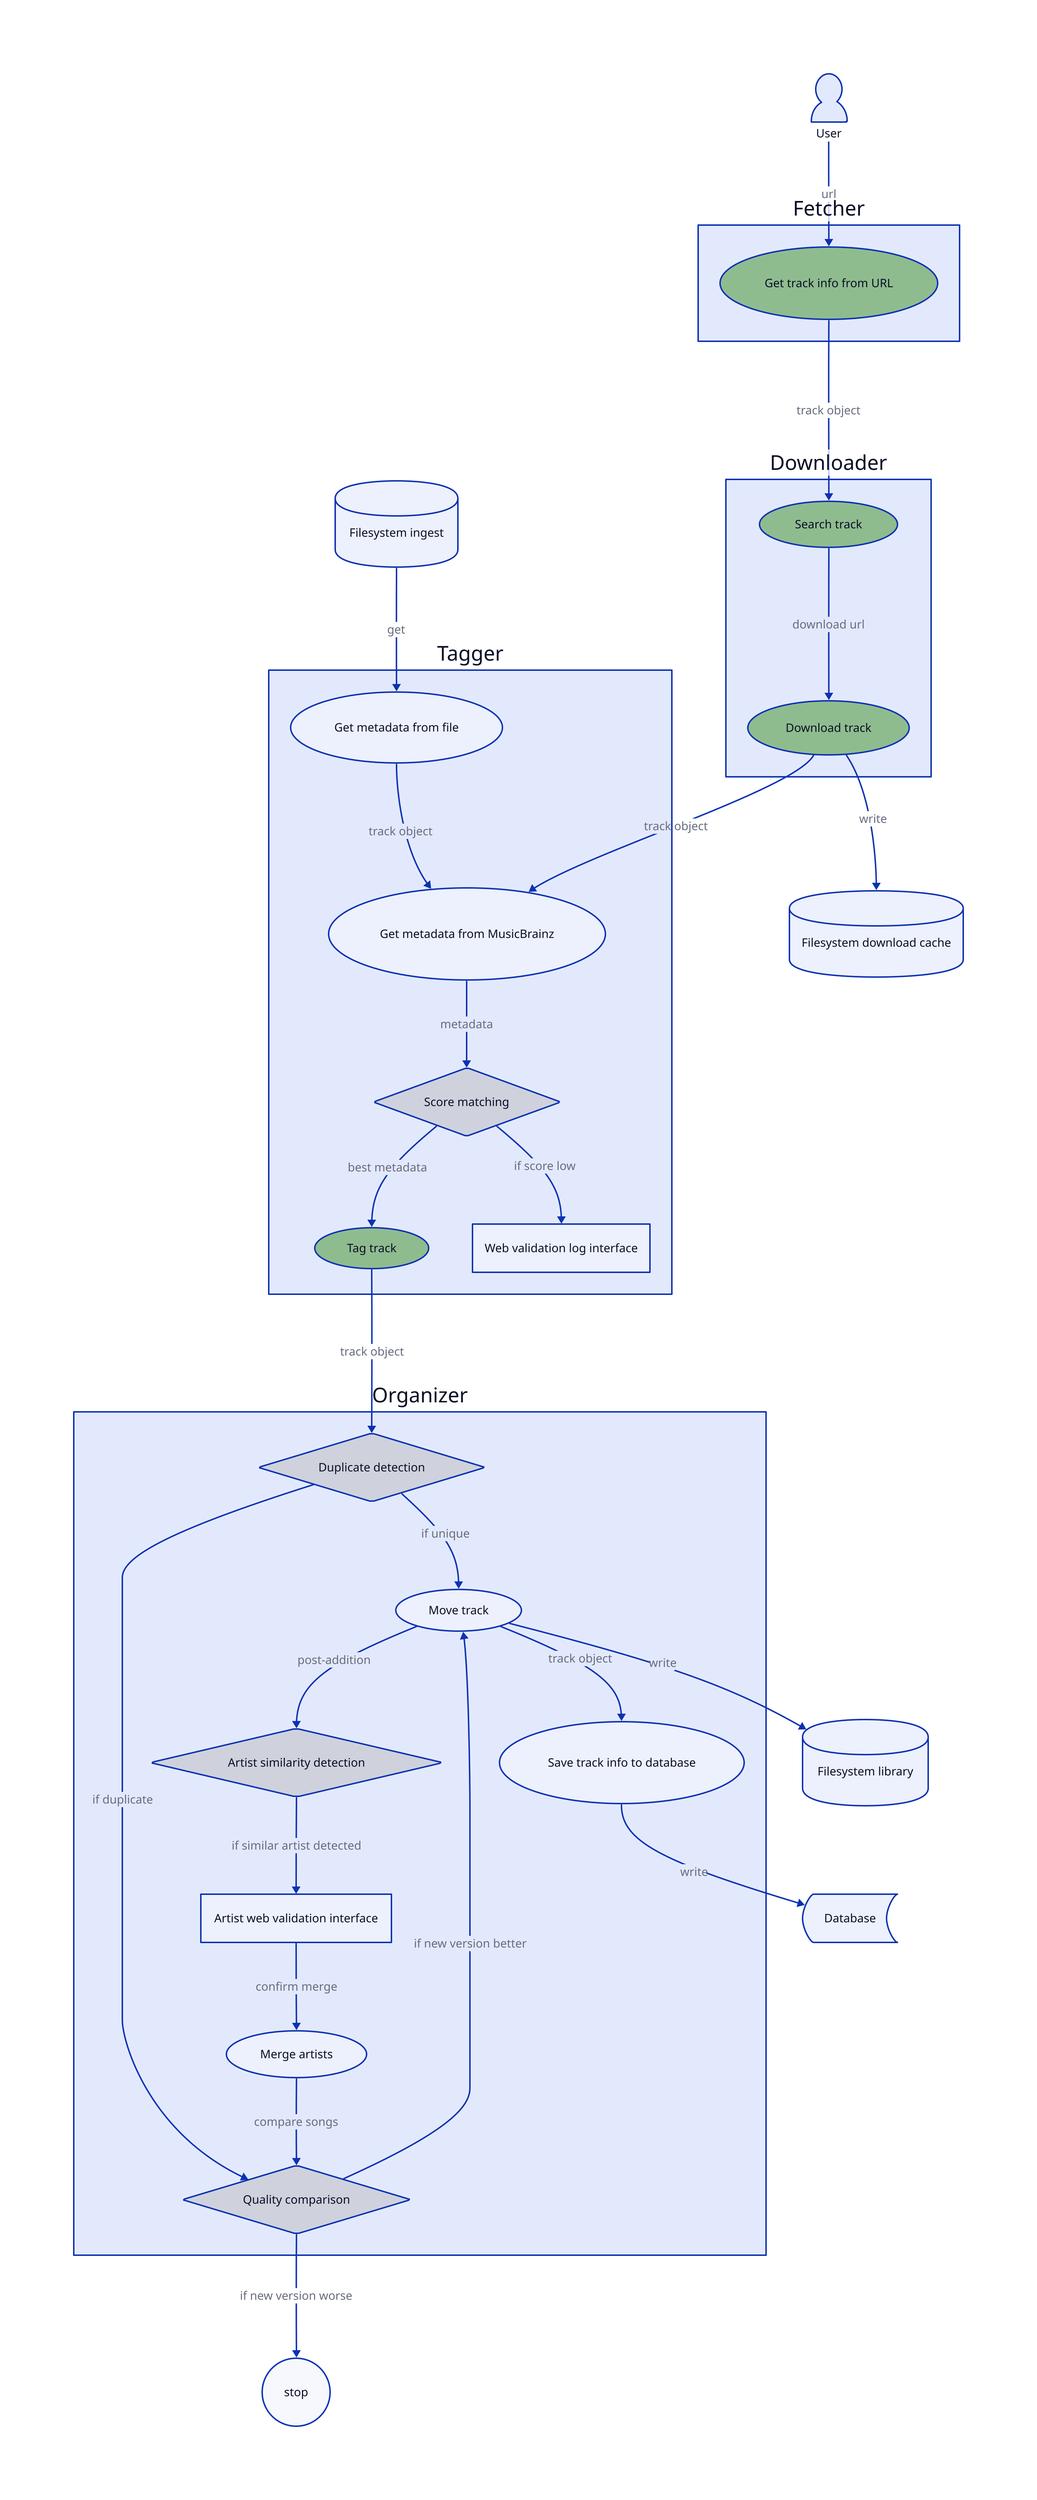
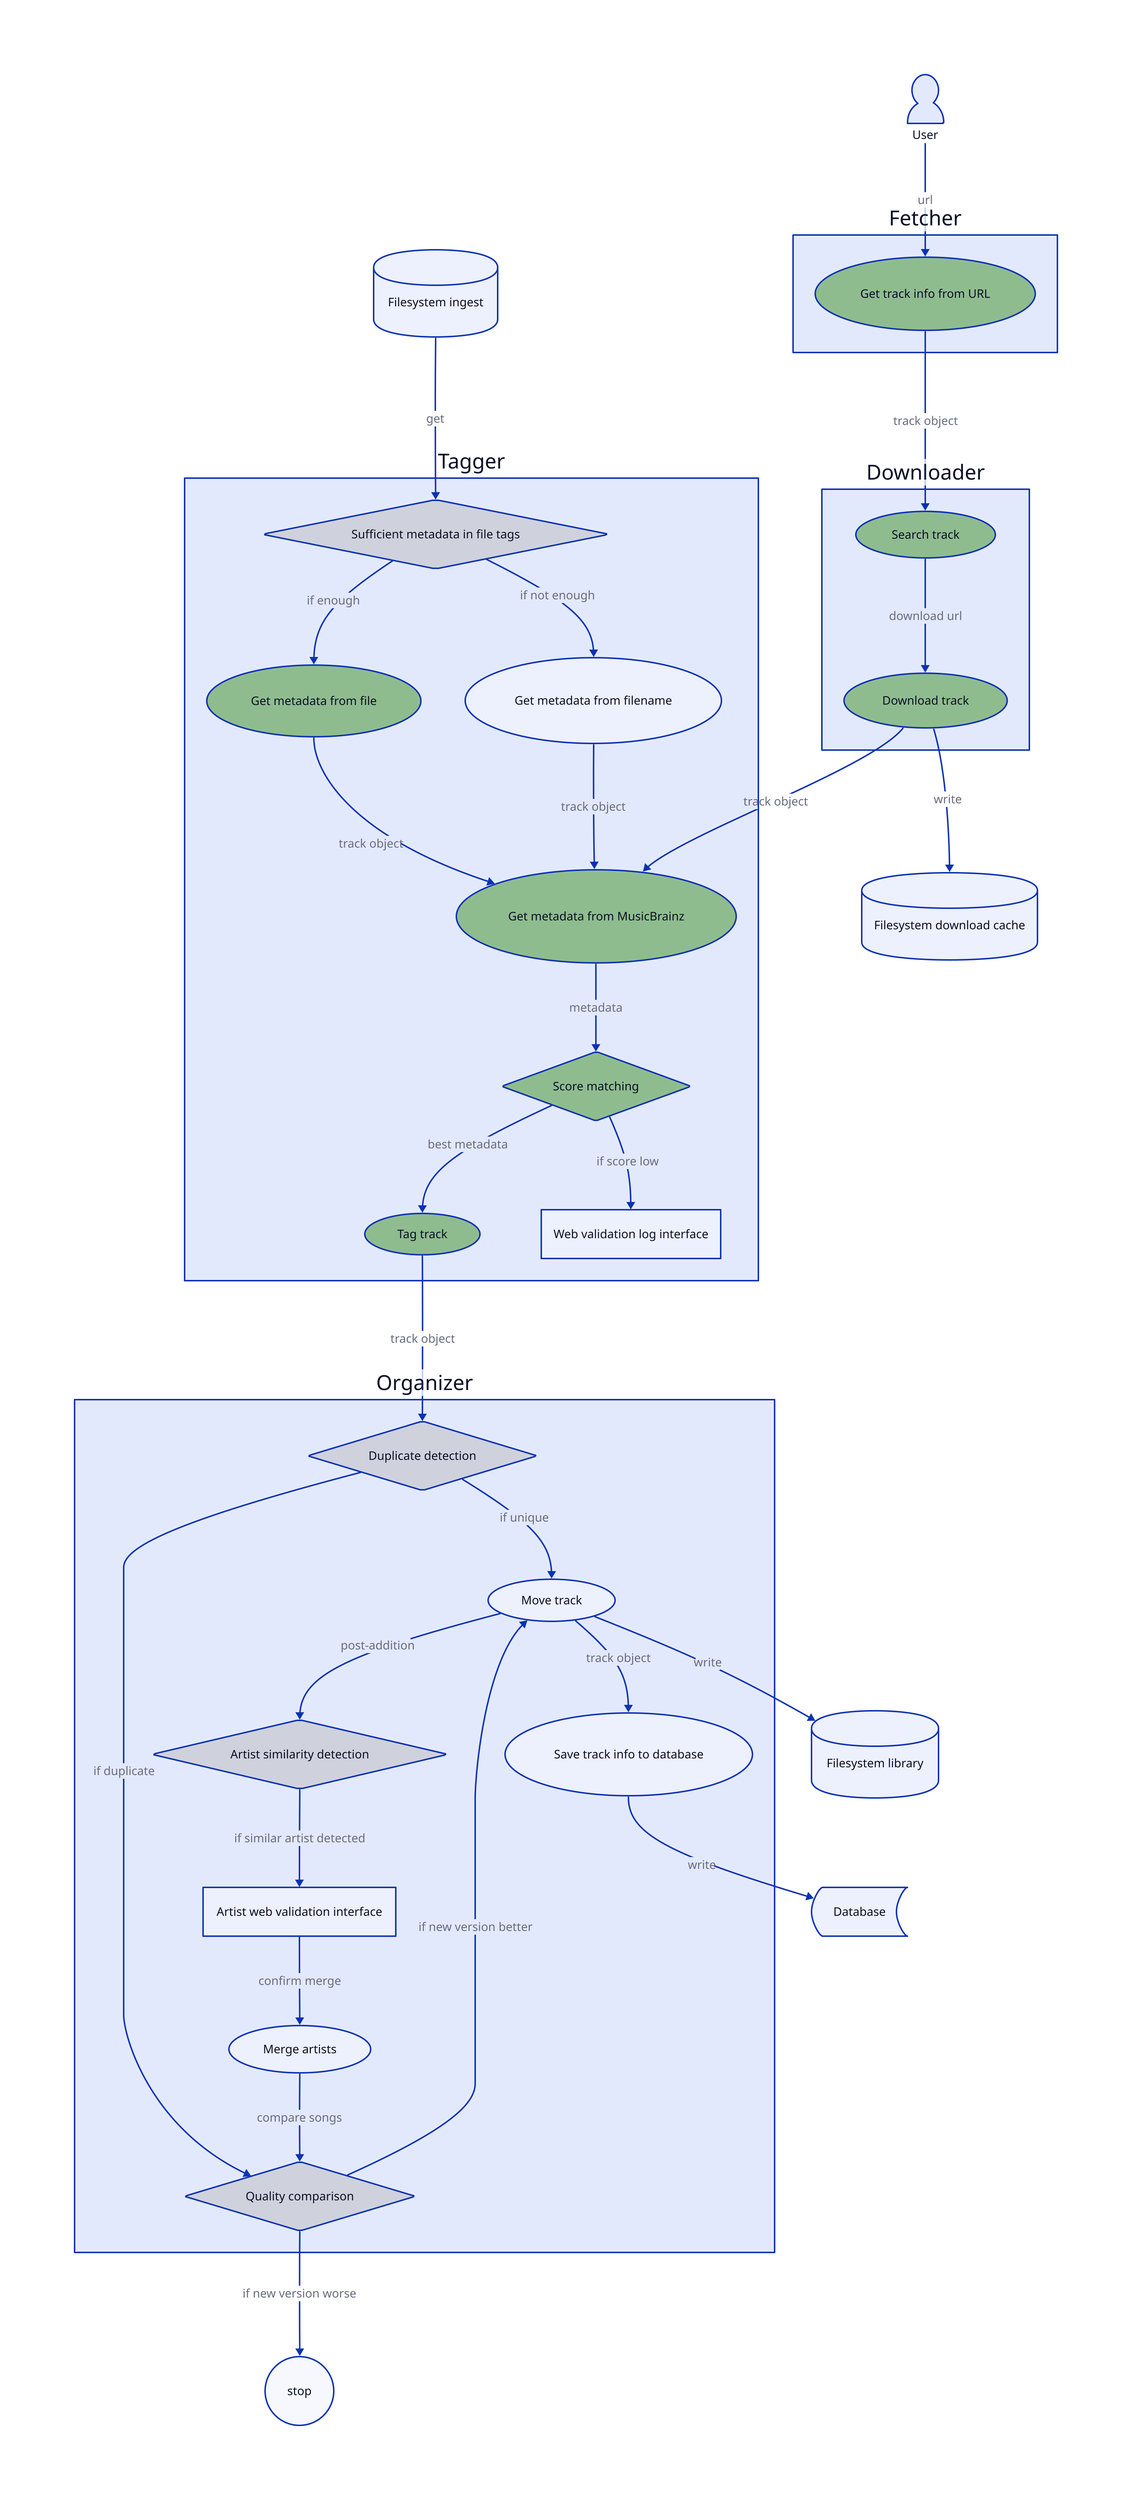
vars: {
    d2-config: {
        layout-engine: dagre
        # Terminal theme code
        theme-id: 200
    }
}

user: "User" {
    shape: person
}

fetcher: "Fetcher" {
    get_track_info_from_url: "Get track info from URL" {
        shape: oval
        style.fill: "darkseagreen"
    }
}

downloader: "Downloader" {
    search_track: "Search track" {
        shape: oval
        style.fill: "darkseagreen"
    }
    download_track: "Download track" {
        shape: oval
        style.fill: "darkseagreen"
    }
}

tagger: "Tagger" {
    get_metadata_from_music_brainz: "Get metadata from MusicBrainz" {
        shape: oval
+         style.fill: "darkseagreen"
    }
    score_matching: "Score matching" {
        shape: diamond
+         style.fill: "darkseagreen"
    }
    tag_track: "Tag track" {
        shape: oval
        style.fill: "darkseagreen"
    }
    get_metadata_from_file: "Get metadata from file" {
        shape: oval
+         style.fill: "darkseagreen"
+     }
+     get_metadata_from_filename: "Get metadata from filename" {
+         shape: oval
+     }
+     sufficient_metadata: "Sufficient metadata in file tags" {
+         shape: diamond
    }
    web_validation: "Web validation log interface"

    get_metadata_from_music_brainz -> score_matching: "metadata"
    get_metadata_from_file -> get_metadata_from_music_brainz: "track object"
+     get_metadata_from_filename -> get_metadata_from_music_brainz: "track object"
+     sufficient_metadata -> get_metadata_from_file: "if enough"
+     sufficient_metadata -> get_metadata_from_filename: "if not enough"
    score_matching -> tag_track: "best metadata"
    score_matching -> web_validation: "if score low"
}

organizer: "Organizer" {
    duplicate_detection: "Duplicate detection" {
        shape: diamond
    }
    quality_comparison: "Quality comparison" {
        shape: diamond
    }
    move_track: "Move track" {
        shape: oval
    }
    save_track_info_to_db: "Save track info to database" {
        shape: oval
    }
    artist_similarity_detection: "Artist similarity detection" {
        shape: diamond
    }
    merge_artists: "Merge artists" {
        shape: oval
    }

    artist_web_validation: "Artist web validation interface"

    # Branche de détection de duplicata
    duplicate_detection -> move_track: "if unique"
    duplicate_detection -> quality_comparison: "if duplicate"
    quality_comparison -> move_track: "if new version better"

    # Après ajout, mise à jour de la bibliothèque et base de données
    move_track -> save_track_info_to_db: "track object"

    # Détection d’artistes similaires
    move_track -> artist_similarity_detection: "post-addition"
    artist_similarity_detection -> artist_web_validation: "if similar artist detected"
    artist_web_validation -> merge_artists: "confirm merge"
    merge_artists -> quality_comparison: "compare songs"
}

stop: {
    shape: circle
}

fs_cache: "Filesystem download cache" {
    shape: cylinder
}

fs_ingest: "Filesystem ingest" {
    shape: cylinder
}

fs_library: "Filesystem library" {
    shape: cylinder
}

db: "Database" {
    shape: stored_data
}

# Relations

user -> fetcher.get_track_info_from_url: "url"
fetcher.get_track_info_from_url -> downloader.search_track: "track object"
downloader.search_track -> downloader.download_track: "download url"
downloader.download_track -> fs_cache: "write"
downloader.download_track -> tagger.get_metadata_from_music_brainz: "track object"
- fs_ingest -> tagger.get_metadata_from_file: "get"
+ fs_ingest -> tagger.sufficient_metadata: "get"
tagger.tag_track -> organizer.duplicate_detection: "track object"
organizer.move_track -> fs_library: "write"
organizer.save_track_info_to_db -> db: "write"
organizer.quality_comparison -> stop: "if new version worse"
